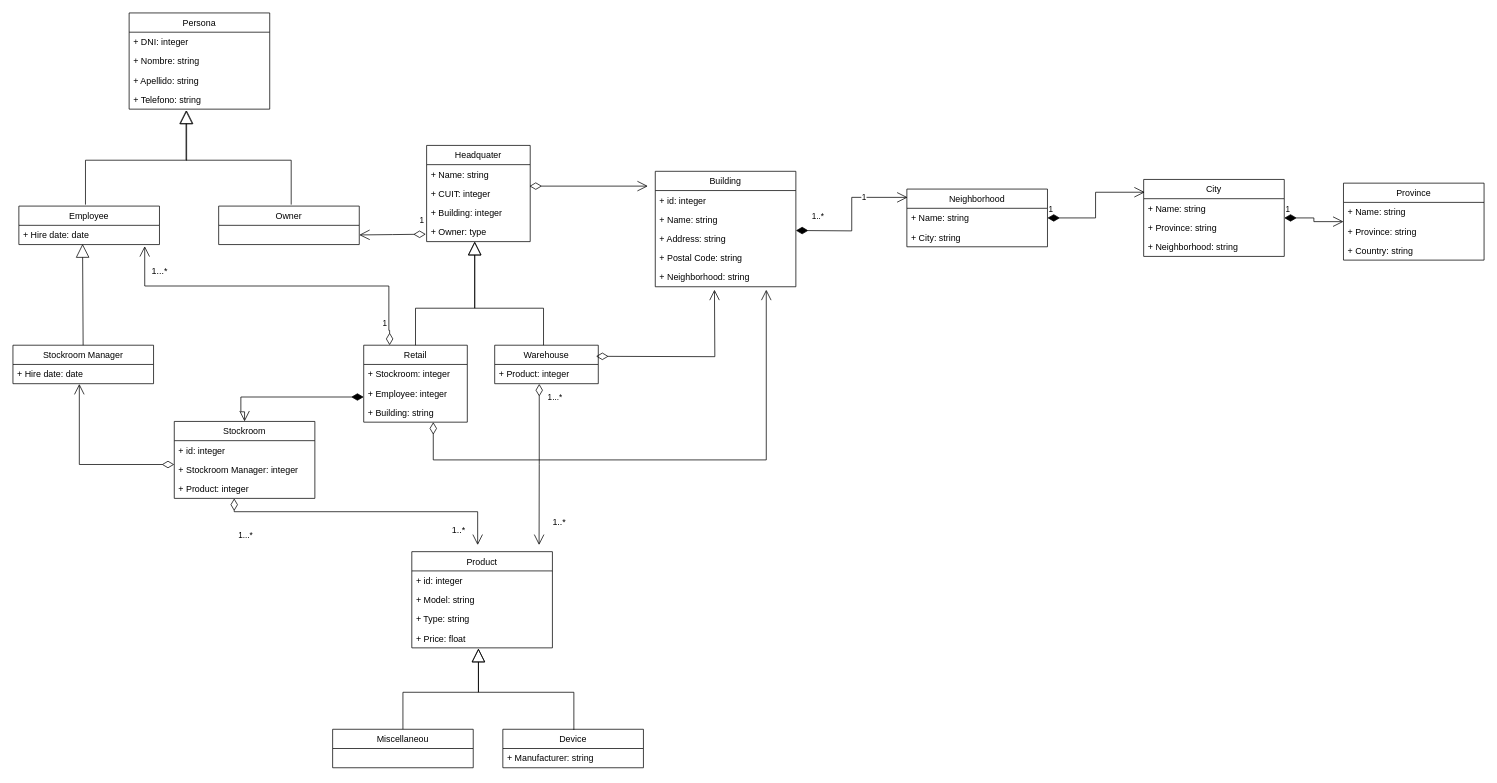
Before: Business Documentation/AllFasion_UML.drawio in quiaf/NAYI-Stockroom, a draw.io diagram. Source tidied: cells renumbered, new cells numbered last; positions are measured from the earlier drawing's top-left corner, leaving out a move shared by most shapes. Both pictures are drawn from the tidied source at 74%, with x=0, y=0 at pixel (13, 13).
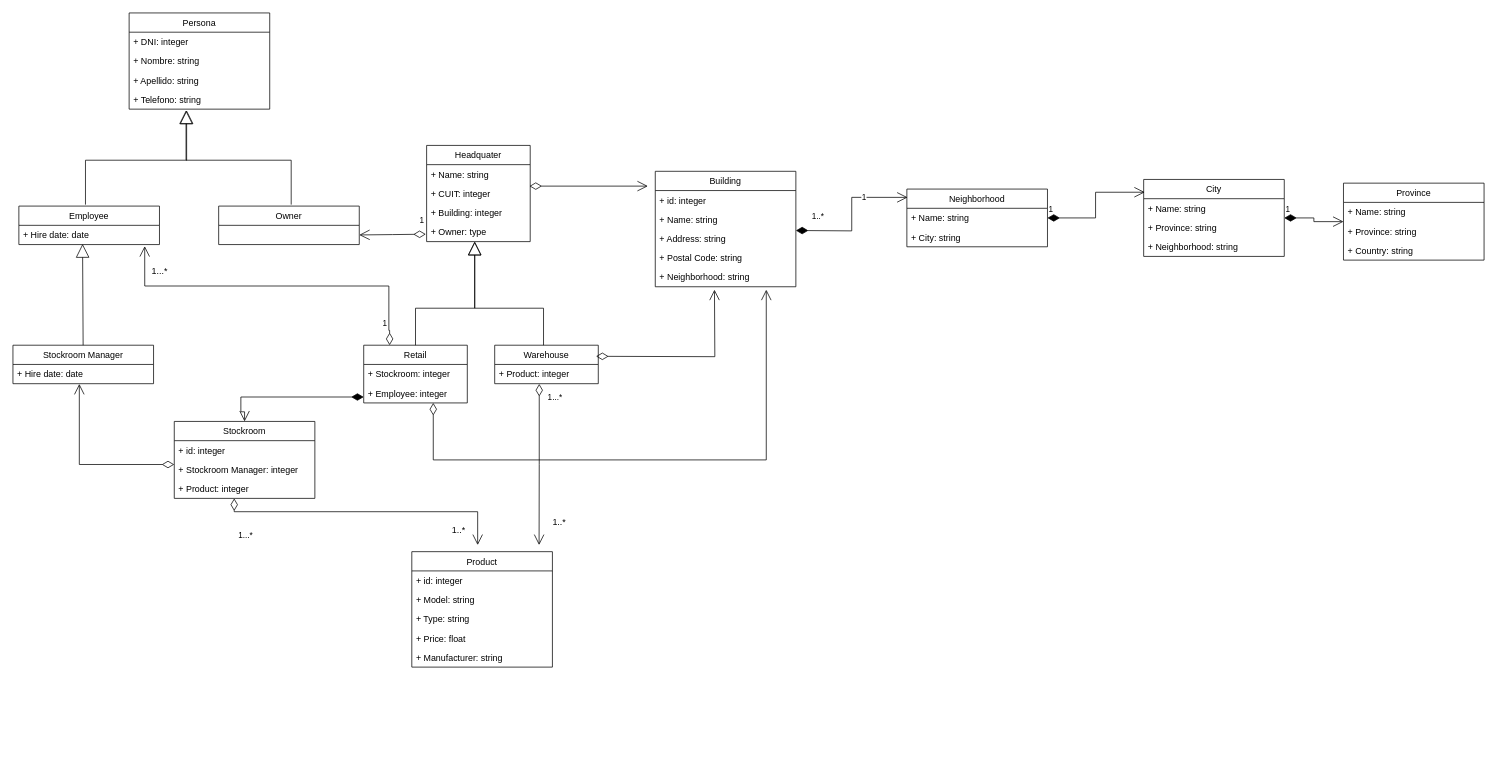
Above is the later version.

Unchanged cells that the change refers to:
```xml
<mxCell id="24" value="+ Price: float" style="text;strokeColor=none;fillColor=none;align=left;verticalAlign=top;spacingLeft=4;spacingRight=4;overflow=hidden;points=[[0,0.5],[1,0.5]];portConstraint=eastwest;" parent="20" vertex="1">
  <mxGeometry y="104" width="190" height="26" as="geometry" />
</mxCell>
```

What changed in the source:
```diff
@@
     <mxCell id="7" value="Retail" style="swimlane;fontStyle=0;horizontal=1;startSize=26;fillColor=none;" parent="1" vertex="1">
-      <mxGeometry x="474" y="449" width="140" height="104" as="geometry" />
+      <mxGeometry x="474" y="449" width="140" height="78" as="geometry" />
     </mxCell>
@@
-    <mxCell id="10" value="+ Building: string" style="text;strokeColor=none;fillColor=none;align=left;verticalAlign=top;spacingLeft=4;spacingRight=4;overflow=hidden;" parent="7" vertex="1">
-      <mxGeometry y="78" width="140" height="26" as="geometry" />
-    </mxCell>
@@
     <mxCell id="20" value="Product" style="swimlane;fontStyle=0;horizontal=1;startSize=26;fillColor=none;" parent="1" vertex="1">
-      <mxGeometry x="539" y="728" width="190" height="130" as="geometry" />
+      <mxGeometry x="539" y="728" width="190" height="156" as="geometry" />
     </mxCell>
@@
+    <mxCell id="37" value="+ Manufacturer: string" style="text;strokeColor=none;fillColor=none;align=left;verticalAlign=top;spacingLeft=4;spacingRight=4;overflow=hidden;" parent="20" vertex="1">
+      <mxGeometry y="130" width="190" height="26" as="geometry" />
+    </mxCell>
@@
-    <mxCell id="36" value="Device" style="swimlane;fontStyle=0;horizontal=1;startSize=26;fillColor=none;" parent="1" vertex="1">
-      <mxGeometry x="662" y="968" width="190" height="52" as="geometry" />
-    </mxCell>
-    <mxCell id="37" value="+ Manufacturer: string" style="text;strokeColor=none;fillColor=none;align=left;verticalAlign=top;spacingLeft=4;spacingRight=4;overflow=hidden;" parent="36" vertex="1">
-      <mxGeometry y="26" width="190" height="26" as="geometry" />
-    </mxCell>
-    <mxCell id="38" value="Miscellaneou" style="swimlane;fontStyle=0;horizontal=1;startSize=26;fillColor=none;" parent="1" vertex="1">
-      <mxGeometry x="432" y="968" width="190" height="52" as="geometry" />
-    </mxCell>
@@
-    <mxCell id="54" style="endArrow=block;endSize=16;endFill=0;html=1;rounded=0;entryX=0.474;entryY=1.032;entryDx=0;entryDy=0;entryPerimeter=0;exitX=0.5;exitY=0;exitDx=0;exitDy=0;edgeStyle=orthogonalEdgeStyle;" parent="1" edge="1" source="38" target="24">
-      <mxGeometry relative="1" as="geometry">
-        <Array as="points">
-          <mxPoint x="527" y="918" />
-          <mxPoint x="629" y="918" />
-        </Array>
-      </mxGeometry>
-    </mxCell>
-    <mxCell id="55" style="endArrow=block;endSize=16;endFill=0;html=1;rounded=0;exitX=0.5;exitY=0;exitDx=0;exitDy=0;edgeStyle=orthogonalEdgeStyle;" parent="1" edge="1">
-      <mxGeometry relative="1" as="geometry">
-        <mxPoint x="758" y="969" as="sourcePoint" />
-        <mxPoint x="629" y="859" as="targetPoint" />
-        <Array as="points">
-          <mxPoint x="758" y="918" />
-          <mxPoint x="629" y="918" />
-        </Array>
-      </mxGeometry>
-    </mxCell>
```
